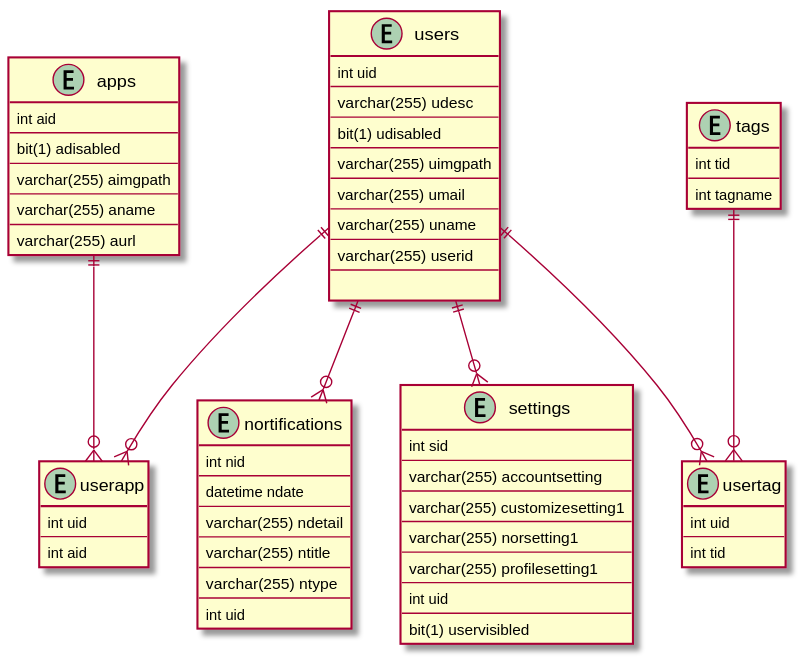
Before: docs/assets/images/uml/78e72ded1d38c114661cb7a74883a9ec261dc9b6.svg, a diagram exported from PlantUML (MewW6m/Mineso). Its diagram source:
```plantuml
@startuml
entity apps {
	int aid
	---
	bit(1) adisabled
	---
	varchar(255) aimgpath
	---
	varchar(255) aname
	---
	varchar(255) aurl
}
entity users{
	int uid
	---
	varchar(255) udesc
	---
	bit(1) udisabled
	---
	varchar(255) uimgpath
	---
	varchar(255) umail
	---
	varchar(255) uname
	---
	varchar(255) userid
	---

}
entity tags{
	int tid
	---
	int tagname
}
entity nortifications{
	int nid
	---
	datetime ndate
	---
	varchar(255) ndetail
	---
	varchar(255) ntitle
	---
	varchar(255) ntype
	---
	int uid
}
entity settings{
	int sid
	---
	varchar(255) accountsetting
	---
	varchar(255) customizesetting1
	---
	varchar(255) norsetting1
	---
	varchar(255) profilesetting1
	---
	int uid
	---
	bit(1) uservisibled
}
entity userapp{
	int uid
	---
	int aid
}
entity usertag{
	int uid
	---
	int tid
}
apps ||--o{ userapp
users ||--o{ userapp
tags  ||--o{ usertag
users  ||--o{ usertag
users  ||--o{ nortifications
users  ||--o{ settings
@enduml
```
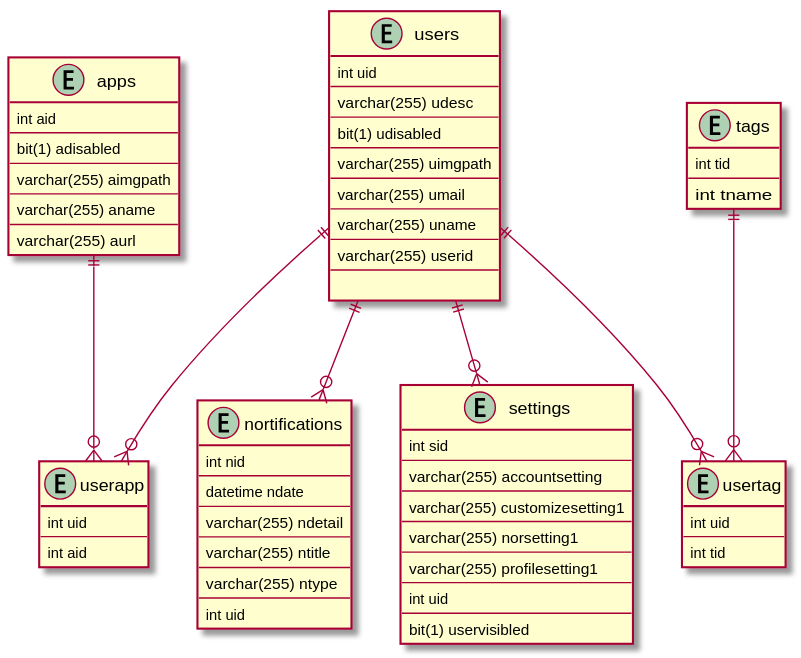
Later version of the same file.

Diff of the diagram source:
```diff
@@ -30,7 +30,7 @@
 entity tags{
 	int tid
 	---
-	int tagname
+	int tname
 }
 entity nortifications{
 	int nid
```
